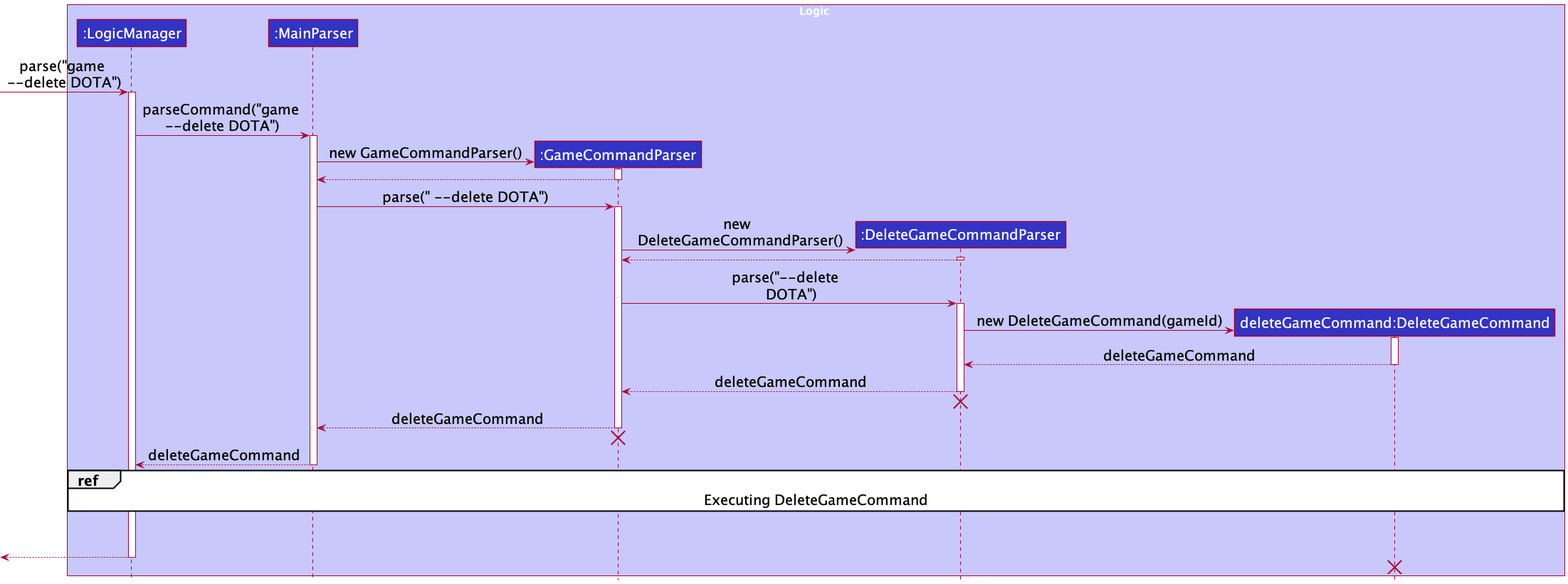
This is docs/images/DeleteGameSequenceDiagram.png from nus-cs2103-AY2122S1/tp, a PlantUML export, as it was before one commit. Source of this version:
```plantuml
@startuml
!include style.puml
skinparam defaultFontSize 20

box Logic LOGIC_COLOR_T1
participant ":LogicManager" as LogicManager LOGIC_COLOR
participant ":MainParser" as MainParser LOGIC_COLOR
participant ":GameCommandParser" as GameCommandParser LOGIC_COLOR
participant ":DeleteGameCommandParser" as DeleteGameCommandParser LOGIC_COLOR
participant "deleteGameCommand:DeleteGameCommand" as DeleteGameCommand LOGIC_COLOR
end box


[-> LogicManager : parse("game \n--delete DOTA")
activate LogicManager

LogicManager -> MainParser : parseCommand("game \n--delete DOTA")
activate MainParser

create GameCommandParser
MainParser -> GameCommandParser : new GameCommandParser()
activate GameCommandParser

GameCommandParser --> MainParser
deactivate GameCommandParser

MainParser -> GameCommandParser : parse(" --delete DOTA")
activate GameCommandParser

create DeleteGameCommandParser
GameCommandParser -> DeleteGameCommandParser : new \n DeleteGameCommandParser()
activate DeleteGameCommandParser
DeleteGameCommandParser --> GameCommandParser
deactivate DeleteGameCommandParser

GameCommandParser -> DeleteGameCommandParser : parse("--delete  \n DOTA")
activate DeleteGameCommandParser

create DeleteGameCommand
DeleteGameCommandParser -> DeleteGameCommand : new DeleteGameCommand(gameId)
activate DeleteGameCommand
DeleteGameCommand --> DeleteGameCommandParser : deleteGameCommand
deactivate DeleteGameCommand


DeleteGameCommandParser --> GameCommandParser : deleteGameCommand
deactivate DeleteGameCommandParser
DeleteGameCommandParser -[hidden]-> GameCommandParser
destroy DeleteGameCommandParser

GameCommandParser --> MainParser : deleteGameCommand
deactivate GameCommandParser
GameCommandParser -[hidden]-> MainParser
destroy GameCommandParser

LogicManager <--MainParser : deleteGameCommand
deactivate MainParser

ref over LogicManager, DeleteGameCommand: Executing DeleteGameCommand

LogicManager -[hidden]-> LogicManager
DeleteGameCommand -[hidden]-> DeleteGameCommand


[<--LogicManager
deactivate LogicManager

[<-[hidden]- DeleteGameCommand
destroy DeleteGameCommand

@enduml
```
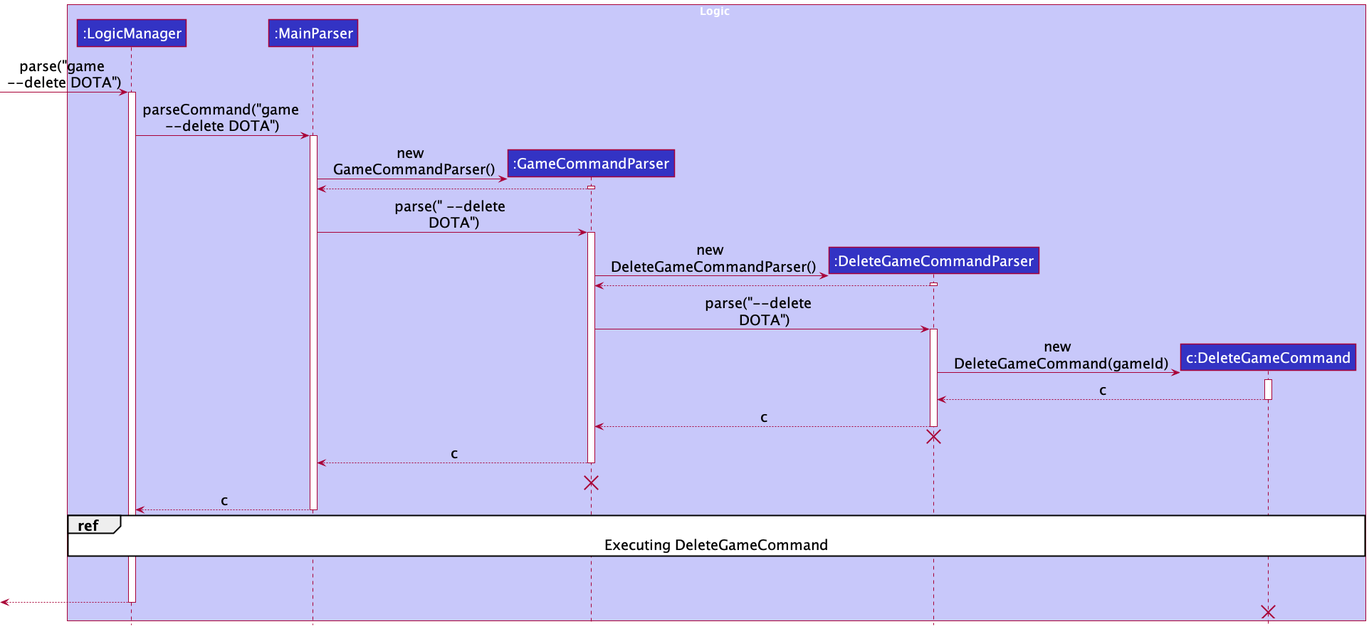
The same diagram one commit later.

Change to the diagram source:
```diff
@@ -7,7 +7,7 @@
 participant ":MainParser" as MainParser LOGIC_COLOR
 participant ":GameCommandParser" as GameCommandParser LOGIC_COLOR
 participant ":DeleteGameCommandParser" as DeleteGameCommandParser LOGIC_COLOR
-participant "deleteGameCommand:DeleteGameCommand" as DeleteGameCommand LOGIC_COLOR
+participant "c:DeleteGameCommand" as DeleteGameCommand LOGIC_COLOR
 end box
 
 
@@ -18,13 +18,13 @@
 activate MainParser
 
 create GameCommandParser
-MainParser -> GameCommandParser : new GameCommandParser()
+MainParser -> GameCommandParser : new \n GameCommandParser()
 activate GameCommandParser
 
 GameCommandParser --> MainParser
 deactivate GameCommandParser
 
-MainParser -> GameCommandParser : parse(" --delete DOTA")
+MainParser -> GameCommandParser : parse(" --delete \n DOTA")
 activate GameCommandParser
 
 create DeleteGameCommandParser
@@ -37,23 +37,24 @@
 activate DeleteGameCommandParser
 
 create DeleteGameCommand
-DeleteGameCommandParser -> DeleteGameCommand : new DeleteGameCommand(gameId)
+DeleteGameCommandParser -> DeleteGameCommand : new \n DeleteGameCommand(gameId)
 activate DeleteGameCommand
-DeleteGameCommand --> DeleteGameCommandParser : deleteGameCommand
+DeleteGameCommand --> DeleteGameCommandParser : c
 deactivate DeleteGameCommand
 
 
-DeleteGameCommandParser --> GameCommandParser : deleteGameCommand
+DeleteGameCommandParser --> GameCommandParser : c
 deactivate DeleteGameCommandParser
 DeleteGameCommandParser -[hidden]-> GameCommandParser
 destroy DeleteGameCommandParser
 
-GameCommandParser --> MainParser : deleteGameCommand
+GameCommandParser --> MainParser : c
 deactivate GameCommandParser
+GameCommandParser -[hidden]-> MainParser
 GameCommandParser -[hidden]-> MainParser
 destroy GameCommandParser
 
-LogicManager <--MainParser : deleteGameCommand
+LogicManager <--MainParser : c
 deactivate MainParser
 
 ref over LogicManager, DeleteGameCommand: Executing DeleteGameCommand
```
